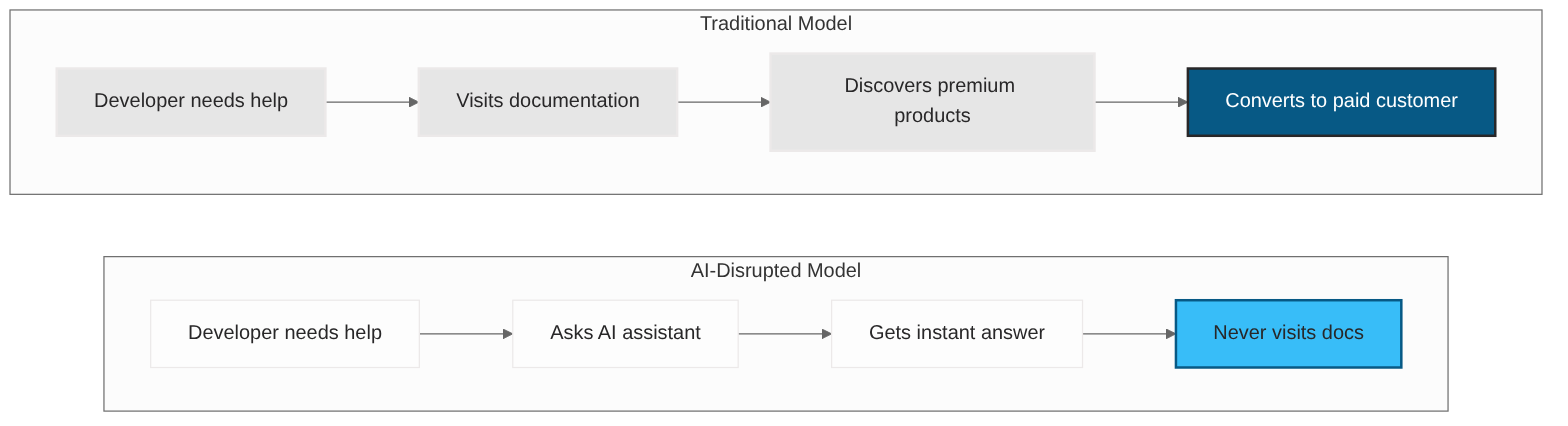
Before: src/assets/images/oss-monetization-funnel.png, a diagram exported from Mermaid (clouatre-labs/clouatre.ca). Its source is kept beside it as src/assets/diagrams/oss-monetization-funnel.mmd.
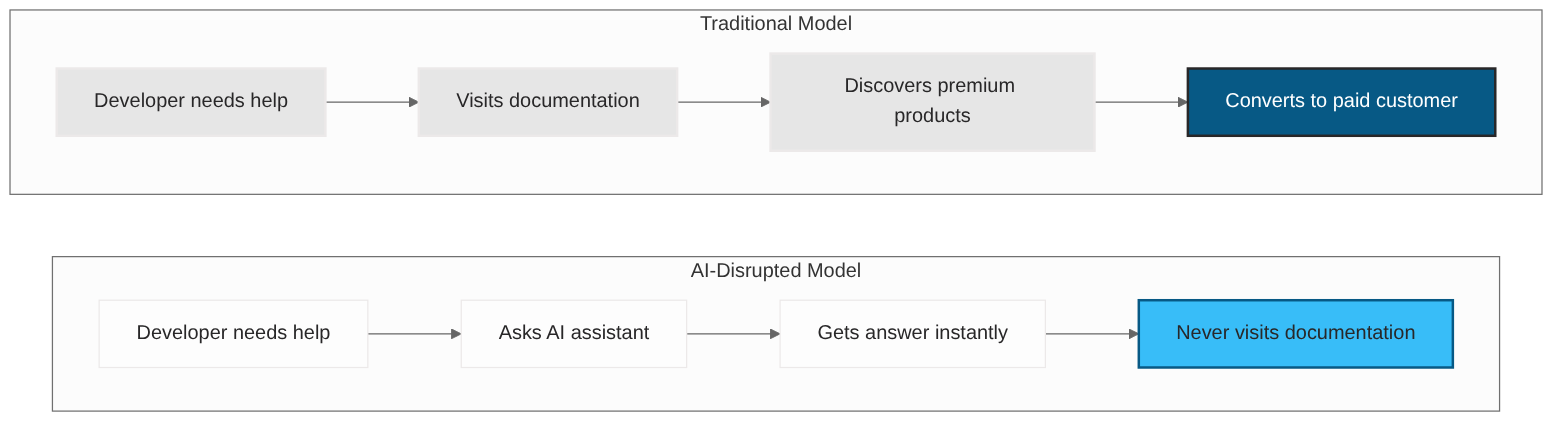
After the change.

Diff of the diagram source:
```diff
@@ -12,8 +12,8 @@
         direction LR
         A1[Developer needs help]
         A2[Asks AI assistant]
-        A3[Gets instant answer]
-        A4[Never visits docs]
+        A3[Gets answer instantly]
+        A4[Never visits documentation]
         A1 --> A2 --> A3 --> A4
     end
 
```
